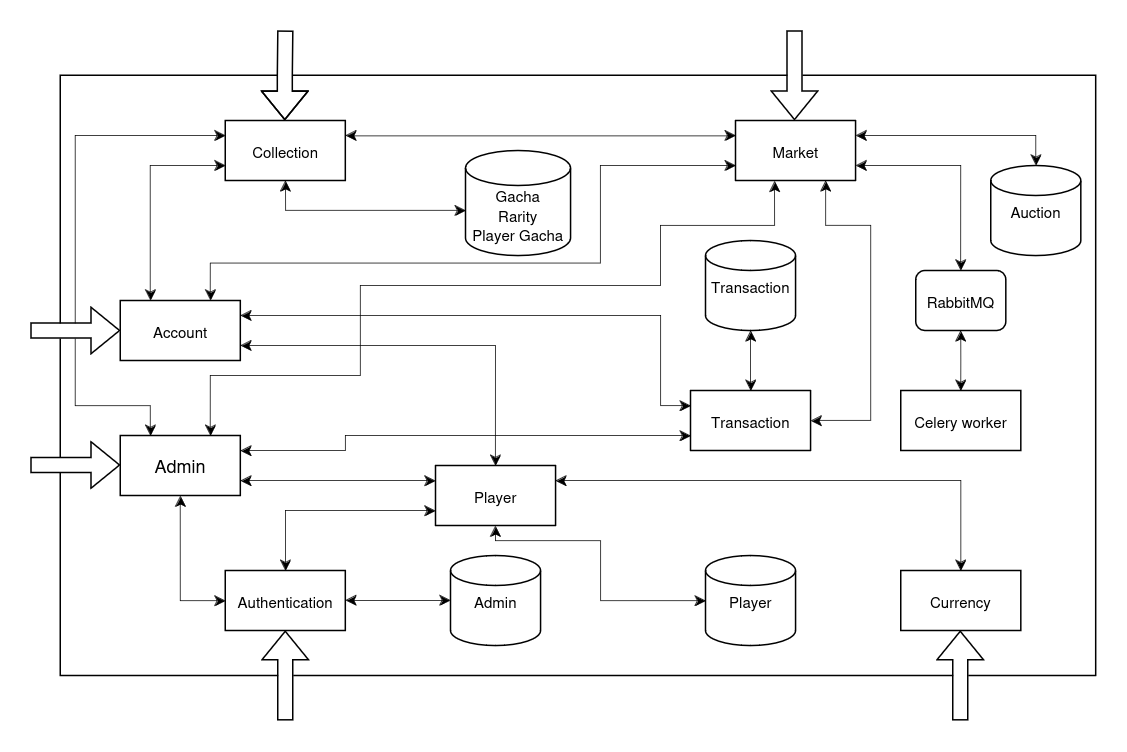
The draw.io diagram docs/final-delivery/architecture-v2.drawio.png in pklone/ASE-project, before a commit. Source tidied: cells renumbered, new cells last; positions are measured from the earlier drawing's top-left corner, leaving out a move shared by most shapes.
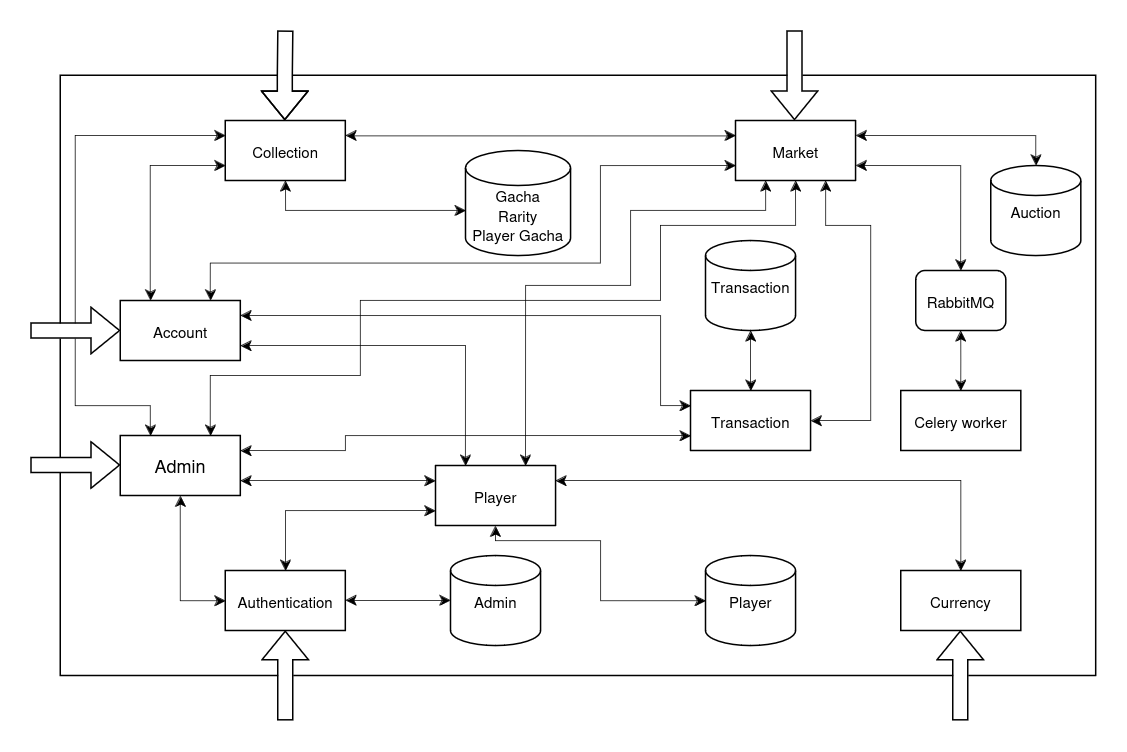
Above is the later version.

Commit message:
fix(architecture): adjust diagram layout and edge connections for clarity

Change to the diagram source:
```diff
@@ -103,10 +103,10 @@
         </Array>
       </mxGeometry>
     </mxCell>
-    <mxCell id="21" style="endArrow=classic;startArrow=classic;html=1;rounded=0;strokeWidth=0.5;edgeStyle=orthogonalEdgeStyle;exitX=0.5;exitY=0;exitDx=0;exitDy=0;" parent="1" edge="1" source="26" target="27">
+    <mxCell id="21" style="endArrow=classic;startArrow=classic;html=1;rounded=0;strokeWidth=0.5;edgeStyle=orthogonalEdgeStyle;exitX=0.25;exitY=0;exitDx=0;exitDy=0;" parent="1" edge="1" source="26" target="27">
       <mxGeometry relative="1" as="geometry">
         <Array as="points">
-          <mxPoint x="310" y="210" />
+          <mxPoint x="290" y="210" />
         </Array>
       </mxGeometry>
     </mxCell>
@@ -169,15 +169,16 @@
         </Array>
       </mxGeometry>
     </mxCell>
-    <mxCell id="32" style="endArrow=classic;startArrow=classic;html=1;rounded=0;strokeWidth=0.5;edgeStyle=orthogonalEdgeStyle;entryX=0.325;entryY=1.007;entryDx=0;entryDy=0;exitX=0.75;exitY=0;exitDx=0;exitDy=0;entryPerimeter=0;" parent="1" edge="1" source="24" target="5">
+    <mxCell id="32" style="endArrow=classic;startArrow=classic;html=1;rounded=0;strokeWidth=0.5;edgeStyle=orthogonalEdgeStyle;exitX=0.75;exitY=0;exitDx=0;exitDy=0;" parent="1" edge="1" source="24">
       <mxGeometry relative="1" as="geometry">
+        <mxPoint x="510" y="100" as="targetPoint" />
         <Array as="points">
           <mxPoint x="120" y="230" />
           <mxPoint x="220" y="230" />
-          <mxPoint x="220" y="170" />
-          <mxPoint x="420" y="170" />
+          <mxPoint x="220" y="180" />
+          <mxPoint x="420" y="180" />
           <mxPoint x="420" y="130" />
-          <mxPoint x="496" y="130" />
+          <mxPoint x="510" y="130" />
         </Array>
       </mxGeometry>
     </mxCell>
@@ -257,5 +258,15 @@
         </Array>
       </mxGeometry>
     </mxCell>
+    <mxCell id="45" style="endArrow=classic;startArrow=classic;html=1;rounded=0;strokeWidth=0.5;edgeStyle=orthogonalEdgeStyle;exitX=0.75;exitY=0;exitDx=0;exitDy=0;entryX=0.25;entryY=1;entryDx=0;entryDy=0;" parent="1" edge="1" source="26" target="5">
+      <mxGeometry relative="1" as="geometry">
+        <Array as="points">
+          <mxPoint x="330" y="170" />
+          <mxPoint x="400" y="170" />
+          <mxPoint x="400" y="120" />
+          <mxPoint x="490" y="120" />
+        </Array>
+      </mxGeometry>
+    </mxCell>
   </root>
 </mxGraphModel>
```
